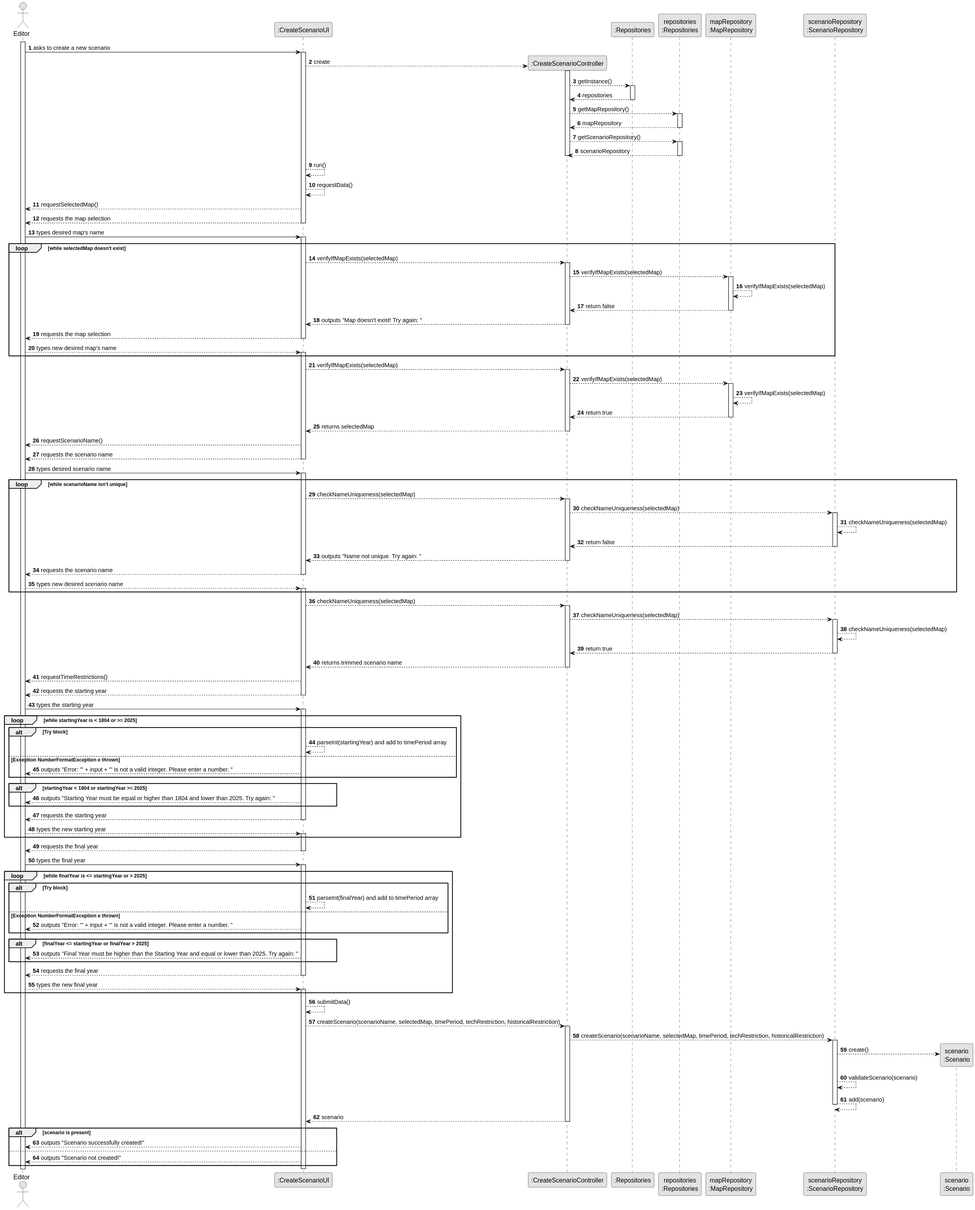
This is docs/system-documentation/US004/03.design/svg/US004-SD.svg from goncalolopesp/sem2-pi-24.25-g093-repo, a PlantUML export, as it was before one commit.
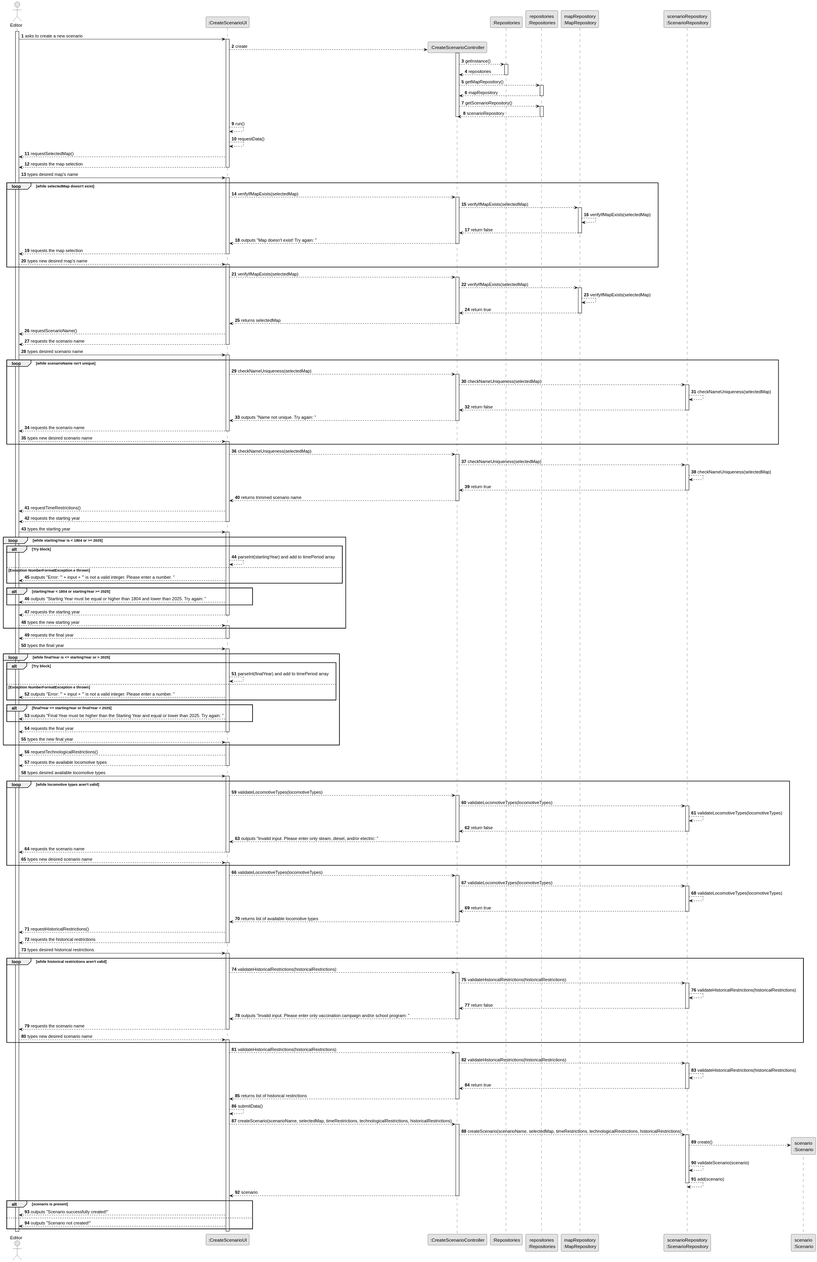
Above is the later version.

Commit message:
US004 (docs) - Corrected the full SD

Diff of the diagram source:
```diff
@@ -176,11 +176,93 @@
         activate CreateScenarioUI
     end
 
+    CreateScenarioUI --> Employee : requestTechnologicalRestrictions()
+        CreateScenarioUI --> Employee : requests the available locomotive types
+        deactivate CreateScenarioUI
+
+        Employee -> CreateScenarioUI : types desired available locomotive types
+        activate CreateScenarioUI
+
+        loop while locomotive types aren't valid
+            CreateScenarioUI --> CreateScenarioController : validateLocomotiveTypes(locomotiveTypes)
+            activate CreateScenarioController
+
+            CreateScenarioController --> scenarioRepository  : validateLocomotiveTypes(locomotiveTypes)
+            activate scenarioRepository
+
+            scenarioRepository --> scenarioRepository : validateLocomotiveTypes(locomotiveTypes)
+            scenarioRepository --> CreateScenarioController : return false
+            deactivate scenarioRepository
+
+            CreateScenarioController --> CreateScenarioUI : outputs "Invalid input. Please enter only steam, diesel, and/or electric: "
+            deactivate CreateScenarioController
+
+            CreateScenarioUI --> Employee : requests the scenario name
+            deactivate CreateScenarioUI
+
+            Employee --> CreateScenarioUI : types new desired scenario name
+            activate CreateScenarioUI
+        end
+
+        CreateScenarioUI --> CreateScenarioController : validateLocomotiveTypes(locomotiveTypes)
+        activate CreateScenarioController
+
+        CreateScenarioController --> scenarioRepository  : validateLocomotiveTypes(locomotiveTypes)
+        activate scenarioRepository
+
+        scenarioRepository --> scenarioRepository : validateLocomotiveTypes(locomotiveTypes)
+        scenarioRepository --> CreateScenarioController : return true
+        deactivate scenarioRepository
+
+        CreateScenarioController --> CreateScenarioUI : returns list of available locomotive types
+        deactivate CreateScenarioController
+
+        CreateScenarioUI --> Employee : requestHistoricalRestrictions()
+                CreateScenarioUI --> Employee : requests the historical restrictions
+                deactivate CreateScenarioUI
+
+                Employee -> CreateScenarioUI : types desired historical restrictions
+                activate CreateScenarioUI
+
+                loop while historical restrictions aren't valid
+                    CreateScenarioUI --> CreateScenarioController : validateHistoricalRestrictions(historicalRestrictions)
+                    activate CreateScenarioController
+
+                    CreateScenarioController --> scenarioRepository  : validateHistoricalRestrictions(historicalRestrictions)
+                    activate scenarioRepository
+
+                    scenarioRepository --> scenarioRepository : validateHistoricalRestrictions(historicalRestrictions)
+                    scenarioRepository --> CreateScenarioController : return false
+                    deactivate scenarioRepository
+
+                    CreateScenarioController --> CreateScenarioUI : outputs "Invalid input. Please enter only vaccination campaign and/or school program: "
+                    deactivate CreateScenarioController
+
+                    CreateScenarioUI --> Employee : requests the scenario name
+                    deactivate CreateScenarioUI
+
+                    Employee --> CreateScenarioUI : types new desired scenario name
+                    activate CreateScenarioUI
+                end
+
+                CreateScenarioUI --> CreateScenarioController : validateHistoricalRestrictions(historicalRestrictions)
+                activate CreateScenarioController
+
+                CreateScenarioController --> scenarioRepository  : validateHistoricalRestrictions(historicalRestrictions)
+                activate scenarioRepository
+
+                scenarioRepository --> scenarioRepository : validateHistoricalRestrictions(historicalRestrictions)
+                scenarioRepository --> CreateScenarioController : return true
+                deactivate scenarioRepository
+
+                CreateScenarioController --> CreateScenarioUI : returns list of historical restrictions
+                deactivate CreateScenarioController
+
 CreateScenarioUI --> CreateScenarioUI : submitData()
-    CreateScenarioUI --> CreateScenarioController : createScenario(scenarioName, selectedMap, timePeriod, techRestriction, historicalRestriction)
+    CreateScenarioUI --> CreateScenarioController : createScenario(scenarioName, selectedMap, timeRestrictions, technologicalRestrictions, historicalRestrictions)
     activate CreateScenarioController
 
-    CreateScenarioController --> scenarioRepository : createScenario(scenarioName, selectedMap, timePeriod, techRestriction, historicalRestriction)
+    CreateScenarioController --> scenarioRepository : createScenario(scenarioName, selectedMap, timeRestrictions, technologicalRestrictions, historicalRestrictions)
     activate scenarioRepository
 
     create "scenario\n:Scenario" as Scenario
```
